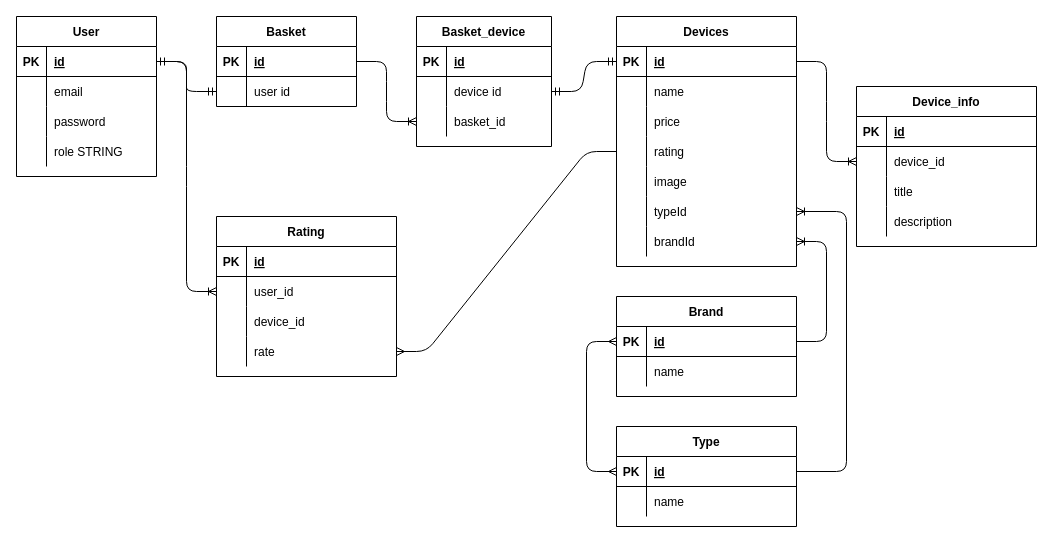
Before: server/OnlineStore.drawio in Ewok1ng/OnlineStore, a draw.io diagram. Source tidied: cells renumbered, new cells numbered last; positions are measured from the earlier drawing's top-left corner, leaving out a move shared by most shapes. Both pictures are drawn from the tidied source at 100%, with x=0, y=0 at pixel (16, 16).
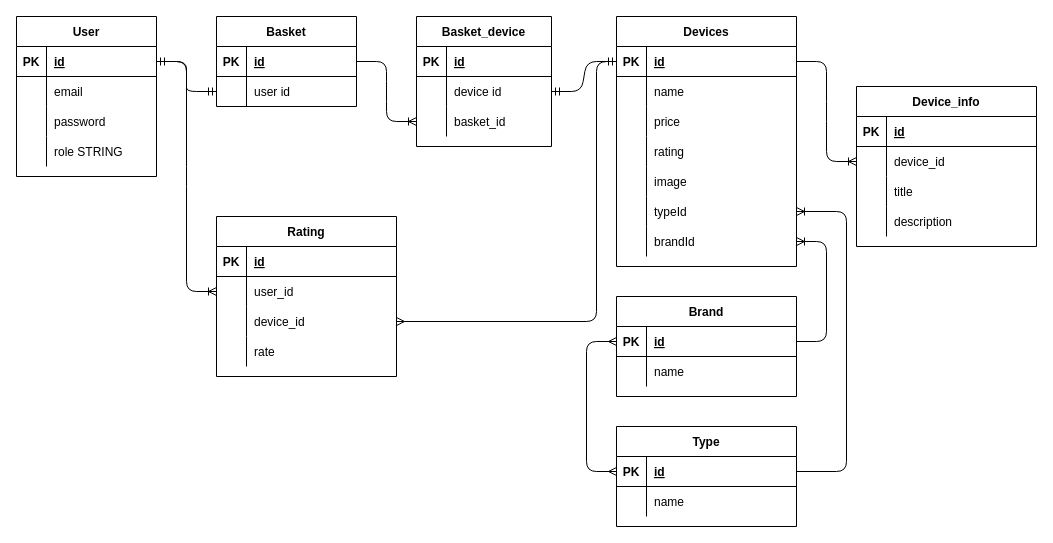
The same page after the edit.

Unchanged cells that the change refers to:
```xml
<mxCell id="24" style="shape=partialRectangle;fillColor=none;top=0;left=0;bottom=1;right=0;points=[[0,0.5],[1,0.5]];portConstraint=eastwest;" parent="23" vertex="1">
  <mxGeometry y="30" width="180" height="30" as="geometry" />
</mxCell>
<mxCell id="33" style="shape=partialRectangle;fillColor=none;top=0;left=0;bottom=0;right=0;points=[[0,0.5],[1,0.5]];portConstraint=eastwest;" parent="23" vertex="1">
  <mxGeometry y="120" width="180" height="30" as="geometry" />
</mxCell>
<mxCell id="95" style="shape=partialRectangle;fillColor=none;top=0;left=0;bottom=0;right=0;points=[[0,0.5],[1,0.5]];portConstraint=eastwest;" parent="88" vertex="1">
  <mxGeometry y="90" width="180" height="30" as="geometry" />
</mxCell>
<mxCell id="98" style="shape=partialRectangle;fillColor=none;top=0;left=0;bottom=0;right=0;points=[[0,0.5],[1,0.5]];portConstraint=eastwest;" parent="88" vertex="1">
  <mxGeometry y="120" width="180" height="30" as="geometry" />
</mxCell>
```

Diff of the diagram source:
```diff
@@
-    <mxCell id="102" style="edgeStyle=entityRelationEdgeStyle;fontSize=12;html=1;endArrow=ERmany;" parent="1" edge="1" source="33" target="98">
-      <mxGeometry relative="1" as="geometry" />
+    <mxCell id="102" style="edgeStyle=elbowEdgeStyle;fontSize=12;html=1;endArrow=ERmany;exitX=0;exitY=0.5;exitDx=0;exitDy=0;" parent="1" edge="1" source="24" target="95">
+      <mxGeometry relative="1" as="geometry">
+        <Array as="points">
+          <mxPoint x="580" y="180" />
+        </Array>
+      </mxGeometry>
     </mxCell>
```
